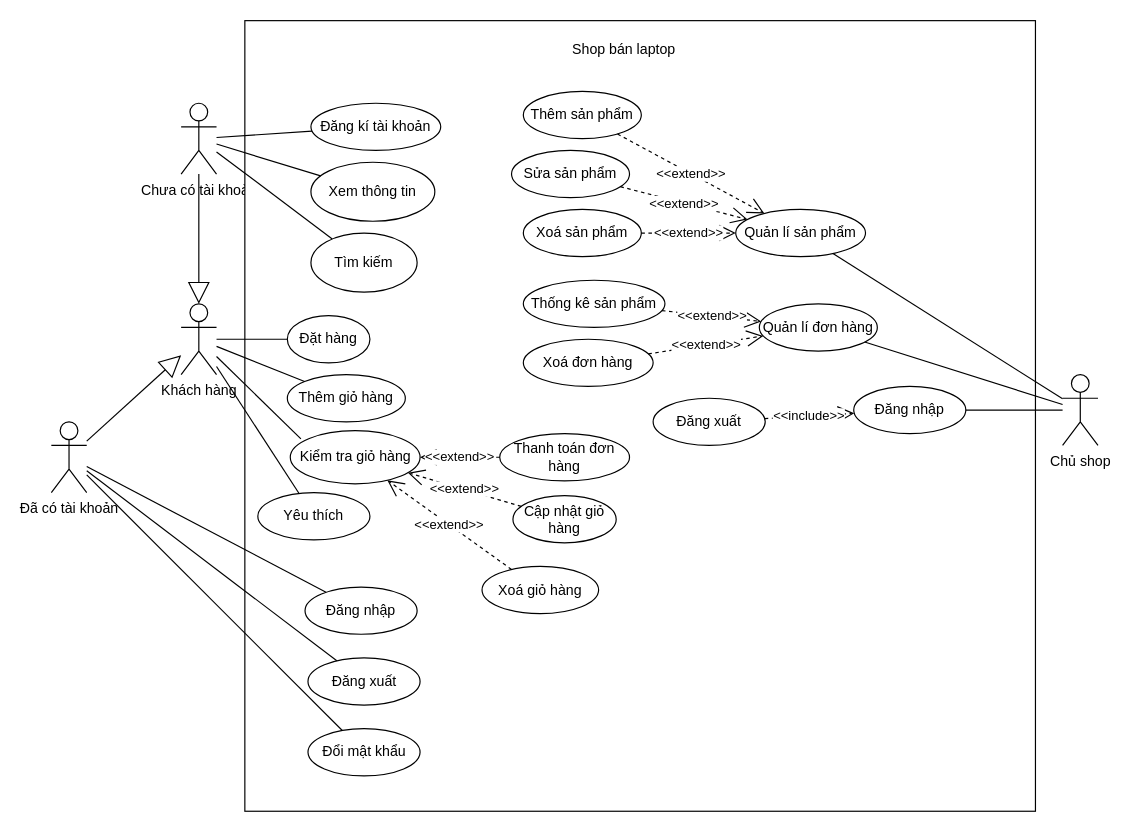
The draw.io diagram Usecase_storeLaptop.drawio in hugn2k4/Store_laptop, before the edit. Source tidied: cells renumbered, new cells numbered last; positions are measured from the earlier drawing's top-left corner, leaving out a move shared by most shapes. Both pictures are drawn from the tidied source at 118%, with x=0, y=0 at pixel (51, 20).
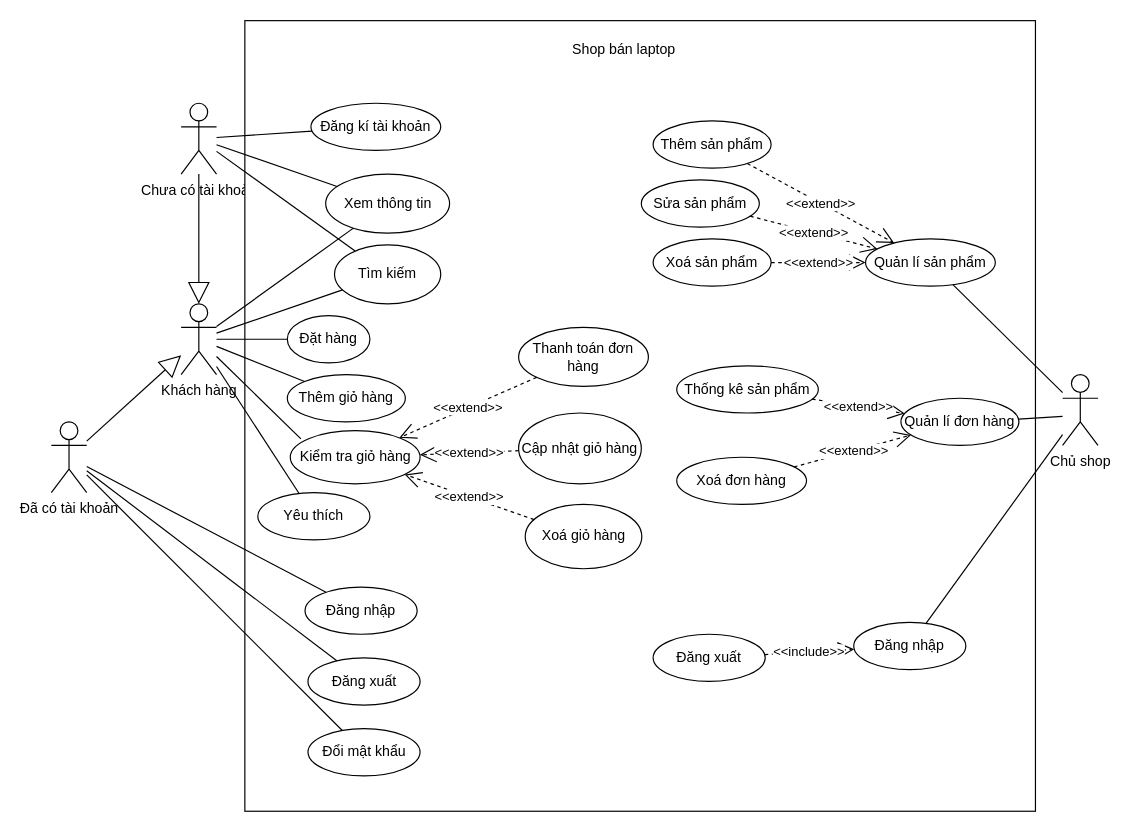
Above is the later version.

The change refers to these unchanged cells:
```xml
<mxCell id="2" value="Khách hàng" style="shape=umlActor;verticalLabelPosition=bottom;verticalAlign=top;html=1;outlineConnect=0;" parent="1" vertex="1">
  <mxGeometry x="110" y="240" width="30" height="60" as="geometry" />
</mxCell>
<mxCell id="3" value="Chủ shop" style="shape=umlActor;verticalLabelPosition=bottom;verticalAlign=top;html=1;outlineConnect=0;" parent="1" vertex="1">
  <mxGeometry x="857" y="300" width="30" height="60" as="geometry" />
</mxCell>
```

What changed in the source:
```diff
@@
     <mxCell id="9" value="Xem thông tin" style="ellipse;whiteSpace=wrap;html=1;" parent="1" vertex="1">
-      <mxGeometry x="220" y="120" width="105" height="50" as="geometry" />
+      <mxGeometry x="232.5" y="130" width="105" height="50" as="geometry" />
     </mxCell>
     <mxCell id="10" value="Tìm kiếm" style="ellipse;whiteSpace=wrap;html=1;" parent="1" vertex="1">
-      <mxGeometry x="220" y="180" width="90" height="50" as="geometry" />
+      <mxGeometry x="240" y="190" width="90" height="50" as="geometry" />
     </mxCell>
@@
     <mxCell id="14" value="Xoá giỏ hàng" style="ellipse;whiteSpace=wrap;html=1;" parent="1" vertex="1">
-      <mxGeometry x="365" y="462.5" width="98.8" height="40" as="geometry" />
+      <mxGeometry x="401.6" y="410" width="98.8" height="54.5" as="geometry" />
     </mxCell>
     <mxCell id="15" value="Cập nhật giỏ hàng" style="ellipse;whiteSpace=wrap;html=1;" parent="1" vertex="1">
-      <mxGeometry x="391.2" y="402.5" width="87.5" height="40" as="geometry" />
+      <mxGeometry x="396" y="332.5" width="104" height="60" as="geometry" />
     </mxCell>
     <mxCell id="16" value="Thanh toán đơn hàng" style="ellipse;whiteSpace=wrap;html=1;" parent="1" vertex="1">
-      <mxGeometry x="380" y="350" width="110" height="40" as="geometry" />
+      <mxGeometry x="396" y="260" width="110" height="50" as="geometry" />
     </mxCell>
@@
     <mxCell id="21" value="Thêm sản phẩm" style="ellipse;whiteSpace=wrap;html=1;" parent="1" vertex="1">
-      <mxGeometry x="400" y="60" width="100" height="40" as="geometry" />
+      <mxGeometry x="510" y="85" width="100" height="40" as="geometry" />
     </mxCell>
     <mxCell id="22" value="Sửa sản phẩm" style="ellipse;whiteSpace=wrap;html=1;" parent="1" vertex="1">
-      <mxGeometry x="390" y="110" width="100" height="40" as="geometry" />
+      <mxGeometry x="500" y="135" width="100" height="40" as="geometry" />
     </mxCell>
     <mxCell id="23" value="Xoá sản phẩm" style="ellipse;whiteSpace=wrap;html=1;" parent="1" vertex="1">
-      <mxGeometry x="400" y="160" width="100" height="40" as="geometry" />
+      <mxGeometry x="510" y="185" width="100" height="40" as="geometry" />
     </mxCell>
     <mxCell id="24" value="Thống kê sản phẩm" style="ellipse;whiteSpace=wrap;html=1;" parent="1" vertex="1">
-      <mxGeometry x="400" y="220" width="120" height="40" as="geometry" />
+      <mxGeometry x="530" y="292.5" width="120" height="40" as="geometry" />
     </mxCell>
     <mxCell id="25" value="Xoá đơn hàng" style="ellipse;whiteSpace=wrap;html=1;" parent="1" vertex="1">
-      <mxGeometry x="400" y="270" width="110" height="40" as="geometry" />
+      <mxGeometry x="530" y="370" width="110" height="40" as="geometry" />
     </mxCell>
     <mxCell id="26" value="Quản lí đơn hàng" style="ellipse;whiteSpace=wrap;html=1;" parent="1" vertex="1">
-      <mxGeometry x="600" y="240" width="100" height="40" as="geometry" />
+      <mxGeometry x="720" y="320" width="100" height="40" as="geometry" />
     </mxCell>
     <mxCell id="27" value="Quản lí sản phẩm" style="ellipse;whiteSpace=wrap;html=1;" parent="1" vertex="1">
-      <mxGeometry x="580" y="160" width="110" height="40" as="geometry" />
+      <mxGeometry x="690" y="185" width="110" height="40" as="geometry" />
     </mxCell>
@@
-    <mxCell id="48" style="endArrow=none;html=1;rounded=0;" parent="1" edge="1" source="3" target="26">
-      <mxGeometry relative="1" as="geometry" />
+    <mxCell id="48" style="endArrow=none;html=1;rounded=0;" parent="1" edge="1" target="26">
+      <mxGeometry relative="1" as="geometry">
+        <mxPoint x="857" y="335.3" as="sourcePoint" />
+      </mxGeometry>
     </mxCell>
@@
     <mxCell id="51" value="Đăng nhập" style="ellipse;whiteSpace=wrap;html=1;" parent="1" vertex="1">
-      <mxGeometry x="680" y="310" width="95" height="40" as="geometry" />
+      <mxGeometry x="680" y="510" width="95" height="40" as="geometry" />
     </mxCell>
@@
     <mxCell id="53" value="Đăng xuất" style="ellipse;whiteSpace=wrap;html=1;" parent="1" vertex="1">
-      <mxGeometry x="510" y="320" width="95" height="40" as="geometry" />
+      <mxGeometry x="510" y="520" width="95" height="40" as="geometry" />
     </mxCell>
+    <mxCell id="54" style="endArrow=none;html=1;rounded=0;" parent="1" edge="1" source="2" target="10">
+      <mxGeometry relative="1" as="geometry" />
+    </mxCell>
+    <mxCell id="55" style="endArrow=none;html=1;rounded=0;" parent="1" edge="1" source="2" target="9">
+      <mxGeometry relative="1" as="geometry" />
+    </mxCell>
```
